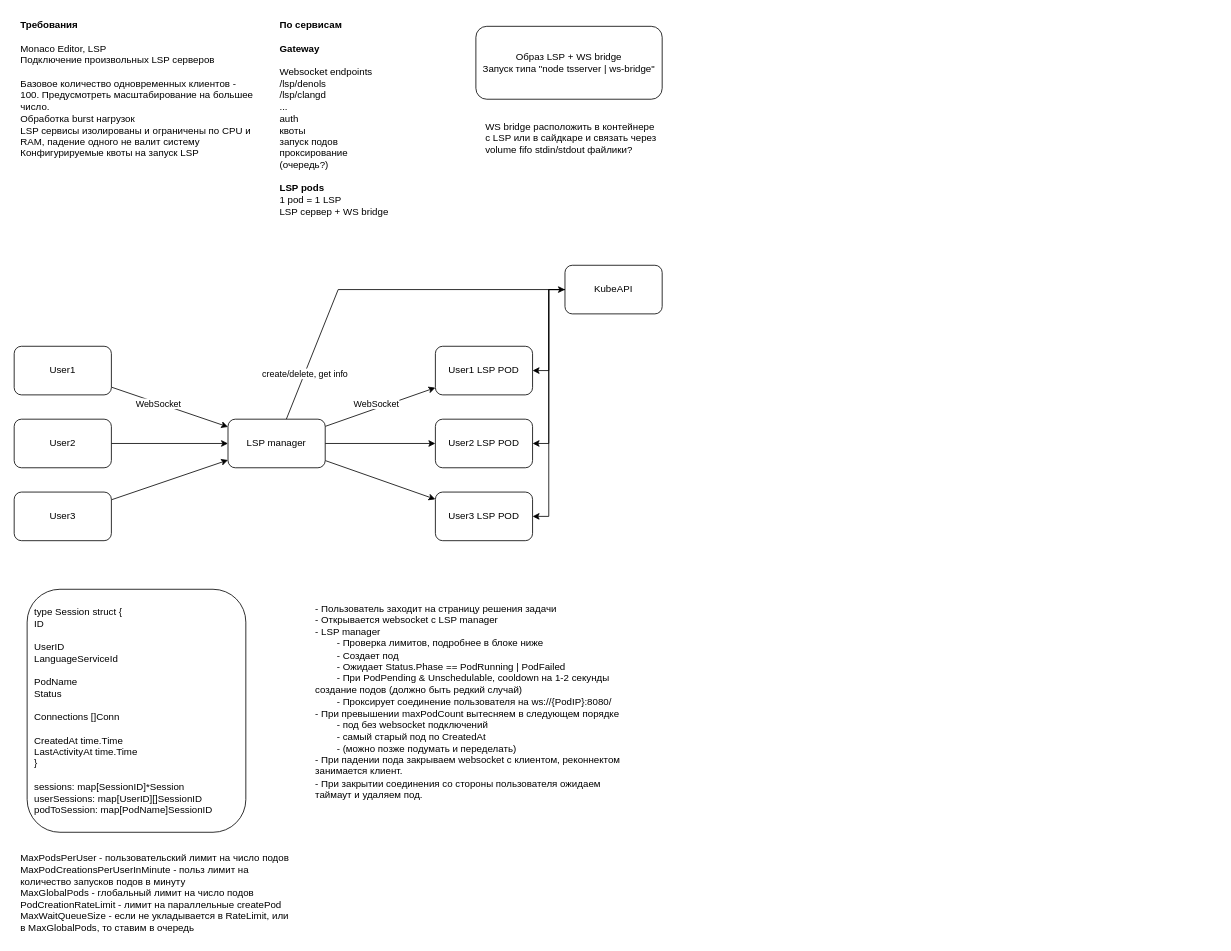
Above: docs/6k/lsp.drawio in kemper0110/supreme-code (draw.io), before the change. Source tidied: cells renumbered, new cells numbered last; positions are measured from the earlier drawing's top-left corner, leaving out a move shared by most shapes. Both pictures are drawn from the tidied source at 81%, with x=0, y=0 at pixel (14, 14).
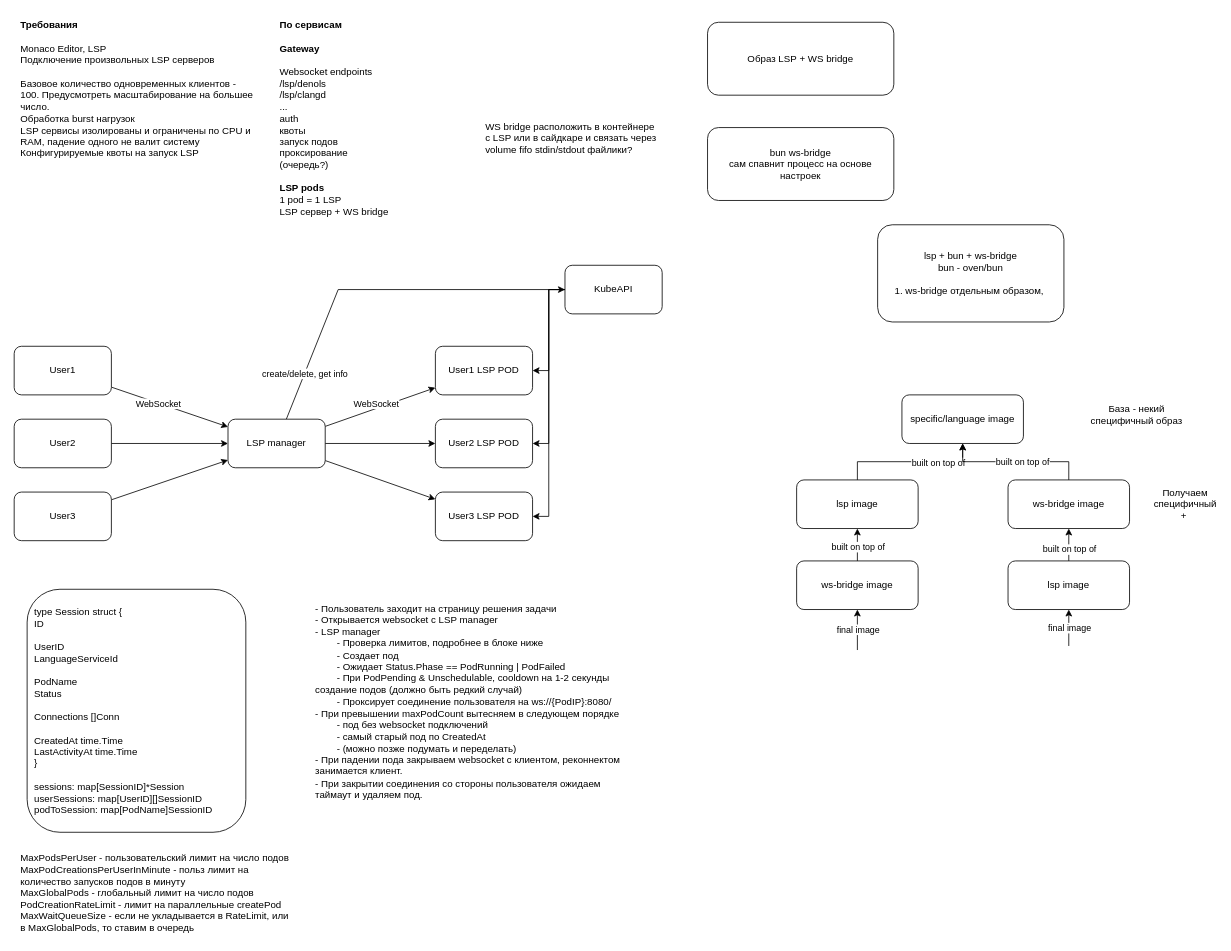
Above is the later version.

Change to the diagram source:
```diff
@@
-    <mxCell id="26" value="Образ LSP&amp;nbsp;&lt;span style=&quot;background-color: transparent; color: light-dark(rgb(0, 0, 0), rgb(255, 255, 255));&quot;&gt;+ WS bridge&lt;/span&gt;&lt;div&gt;Запуск типа &quot;node tsserver | ws-bridge&quot;&lt;/div&gt;" style="rounded=1;whiteSpace=wrap;html=1;" parent="1" vertex="1">
-      <mxGeometry x="570" y="15" width="230" height="90" as="geometry" />
+    <mxCell id="26" value="Образ LSP&amp;nbsp;&lt;span style=&quot;background-color: transparent; color: light-dark(rgb(0, 0, 0), rgb(255, 255, 255));&quot;&gt;+ WS bridge&lt;br&gt;&lt;/span&gt;" style="rounded=1;whiteSpace=wrap;html=1;" parent="1" vertex="1">
+      <mxGeometry x="856" y="10" width="230" height="90" as="geometry" />
     </mxCell>
@@
+    <mxCell id="30" value="bun ws-bridge&lt;br&gt;&lt;span style=&quot;background-color: transparent; color: light-dark(rgb(0, 0, 0), rgb(255, 255, 255));&quot;&gt;сам спавнит процесс на основе настроек&lt;br&gt;&lt;/span&gt;" style="rounded=1;whiteSpace=wrap;html=1;" parent="1" vertex="1">
+      <mxGeometry x="856" y="140" width="230" height="90" as="geometry" />
+    </mxCell>
+    <mxCell id="31" value="lsp + bun + ws-bridge&lt;br&gt;&lt;span style=&quot;background-color: transparent; color: light-dark(rgb(0, 0, 0), rgb(255, 255, 255));&quot;&gt;bun - oven/bun&lt;br&gt;&lt;br&gt;1. ws-bridge отдельным образом,&amp;nbsp;&lt;br&gt;&lt;/span&gt;" style="rounded=1;whiteSpace=wrap;html=1;" parent="1" vertex="1">
+      <mxGeometry x="1066" y="260" width="230" height="120" as="geometry" />
+    </mxCell>
+    <mxCell id="32" style="edgeStyle=orthogonalEdgeStyle;rounded=0;jettySize=auto;html=1;" parent="1" edge="1" source="34" target="37">
+      <mxGeometry relative="1" as="geometry" />
+    </mxCell>
+    <mxCell id="33" value="built on top of" style="edgeLabel;html=1;align=center;verticalAlign=middle;" parent="32" vertex="1">
+      <mxGeometry x="-0.09" relative="1" as="geometry" />
+    </mxCell>
+    <mxCell id="34" value="&lt;span style=&quot;background-color: transparent; color: light-dark(rgb(0, 0, 0), rgb(255, 255, 255));&quot;&gt;ws-bridge image&lt;br&gt;&lt;/span&gt;" style="rounded=1;whiteSpace=wrap;html=1;" parent="1" vertex="1">
+      <mxGeometry x="966" y="675" width="150" height="60" as="geometry" />
+    </mxCell>
+    <mxCell id="35" style="edgeStyle=orthogonalEdgeStyle;rounded=0;jettySize=auto;html=1;" parent="1" edge="1" source="37" target="38">
+      <mxGeometry relative="1" as="geometry" />
+    </mxCell>
+    <mxCell id="36" value="built on top of" style="edgeLabel;html=1;align=center;verticalAlign=middle;" parent="35" vertex="1">
+      <mxGeometry x="0.39" y="-1" relative="1" as="geometry" />
+    </mxCell>
+    <mxCell id="37" value="&lt;span style=&quot;background-color: transparent; color: light-dark(rgb(0, 0, 0), rgb(255, 255, 255));&quot;&gt;lsp image&lt;br&gt;&lt;/span&gt;" style="rounded=1;whiteSpace=wrap;html=1;" parent="1" vertex="1">
+      <mxGeometry x="966" y="575" width="150" height="60" as="geometry" />
+    </mxCell>
+    <mxCell id="38" value="&lt;span style=&quot;background-color: transparent; color: light-dark(rgb(0, 0, 0), rgb(255, 255, 255));&quot;&gt;specific/language image&lt;br&gt;&lt;/span&gt;" style="rounded=1;whiteSpace=wrap;html=1;" parent="1" vertex="1">
+      <mxGeometry x="1096" y="470" width="150" height="60" as="geometry" />
+    </mxCell>
+    <mxCell id="39" style="endArrow=classic;html=1;rounded=0;" parent="1" edge="1" target="34">
+      <mxGeometry relative="1" as="geometry">
+        <mxPoint x="1041" y="785" as="sourcePoint" />
+      </mxGeometry>
+    </mxCell>
+    <mxCell id="40" value="final image" style="edgeLabel;html=1;align=center;verticalAlign=middle;" parent="39" vertex="1">
+      <mxGeometry x="0.02" relative="1" as="geometry" />
+    </mxCell>
+    <mxCell id="41" value="База - некий специфичный образ" style="text;html=1;strokeColor=none;fillColor=none;align=center;verticalAlign=middle;whiteSpace=wrap;rounded=0;" parent="1" vertex="1">
+      <mxGeometry x="1316" y="470" width="140" height="50" as="geometry" />
+    </mxCell>
+    <mxCell id="42" style="edgeStyle=orthogonalEdgeStyle;rounded=0;jettySize=auto;html=1;" parent="1" edge="1" source="44" target="38">
+      <mxGeometry relative="1" as="geometry" />
+    </mxCell>
+    <mxCell id="43" value="built on top of" style="edgeLabel;html=1;align=center;verticalAlign=middle;" parent="42" vertex="1">
+      <mxGeometry x="-0.09" relative="1" as="geometry" />
+    </mxCell>
+    <mxCell id="44" value="&lt;span style=&quot;background-color: transparent; color: light-dark(rgb(0, 0, 0), rgb(255, 255, 255));&quot;&gt;ws-bridge image&lt;br&gt;&lt;/span&gt;" style="rounded=1;whiteSpace=wrap;html=1;" parent="1" vertex="1">
+      <mxGeometry x="1227" y="575" width="150" height="60" as="geometry" />
+    </mxCell>
+    <mxCell id="45" style="edgeStyle=orthogonalEdgeStyle;rounded=0;jettySize=auto;html=1;" parent="1" edge="1" source="47" target="44">
+      <mxGeometry relative="1" as="geometry" />
+    </mxCell>
+    <mxCell id="46" value="built on top of" style="edgeLabel;html=1;align=center;verticalAlign=middle;" parent="45" vertex="1">
+      <mxGeometry x="0.39" y="-1" relative="1" as="geometry">
+        <mxPoint x="-1" y="13" as="offset" />
+      </mxGeometry>
+    </mxCell>
+    <mxCell id="47" value="&lt;span style=&quot;background-color: transparent; color: light-dark(rgb(0, 0, 0), rgb(255, 255, 255));&quot;&gt;lsp image&lt;br&gt;&lt;/span&gt;" style="rounded=1;whiteSpace=wrap;html=1;" parent="1" vertex="1">
+      <mxGeometry x="1227" y="675" width="150" height="60" as="geometry" />
+    </mxCell>
+    <mxCell id="48" style="endArrow=classic;html=1;rounded=0;" parent="1" edge="1" target="47">
+      <mxGeometry relative="1" as="geometry">
+        <mxPoint x="1302" y="780" as="sourcePoint" />
+      </mxGeometry>
+    </mxCell>
+    <mxCell id="49" value="final image" style="edgeLabel;html=1;align=center;verticalAlign=middle;" parent="48" vertex="1">
+      <mxGeometry x="0.02" relative="1" as="geometry" />
+    </mxCell>
+    <mxCell id="50" value="Получаем специфичный +&amp;nbsp;" style="text;html=1;strokeColor=none;fillColor=none;align=center;verticalAlign=middle;whiteSpace=wrap;rounded=0;" parent="1" vertex="1">
+      <mxGeometry x="1416" y="590" width="60" height="30" as="geometry" />
+    </mxCell>
```
